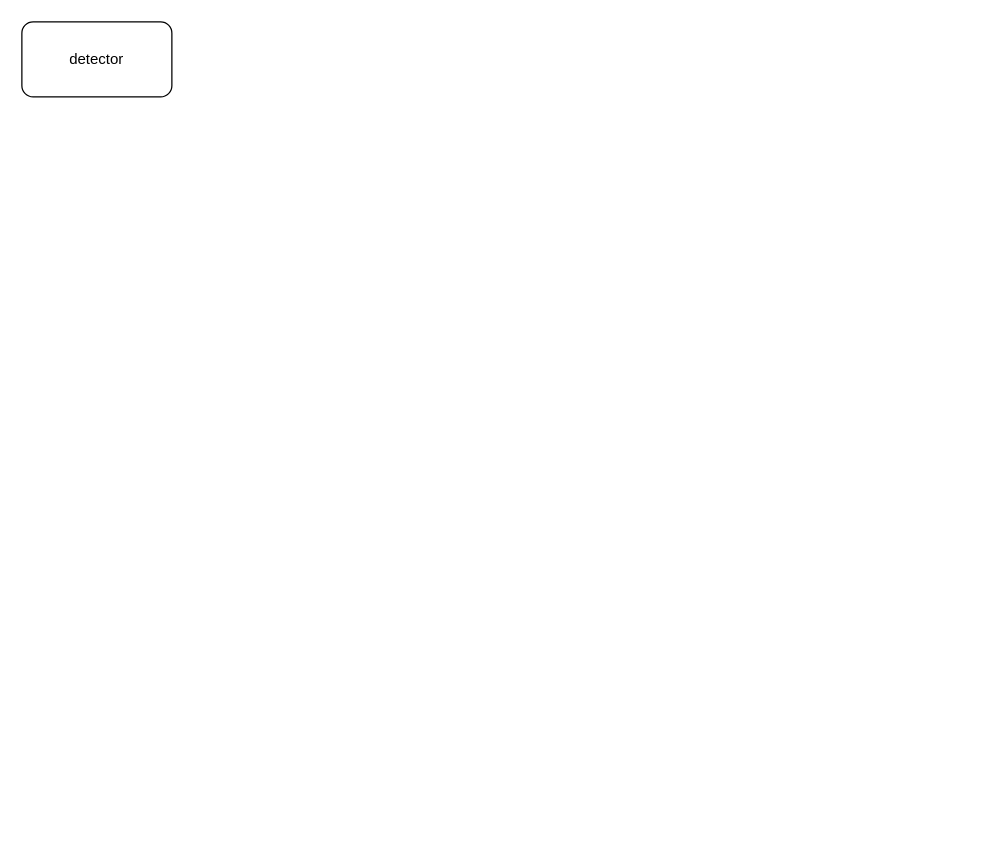
YueChuCheng/Wayside_draw keeps this draw.io diagram as object_detector.drawio. Above is the earlier version. Source tidied: cells renumbered, new cells numbered last; positions are measured from the earlier drawing's top-left corner, leaving out a move shared by most shapes. Both pictures are drawn from the tidied source at 125%, with x=0, y=0 at pixel (21, 21).
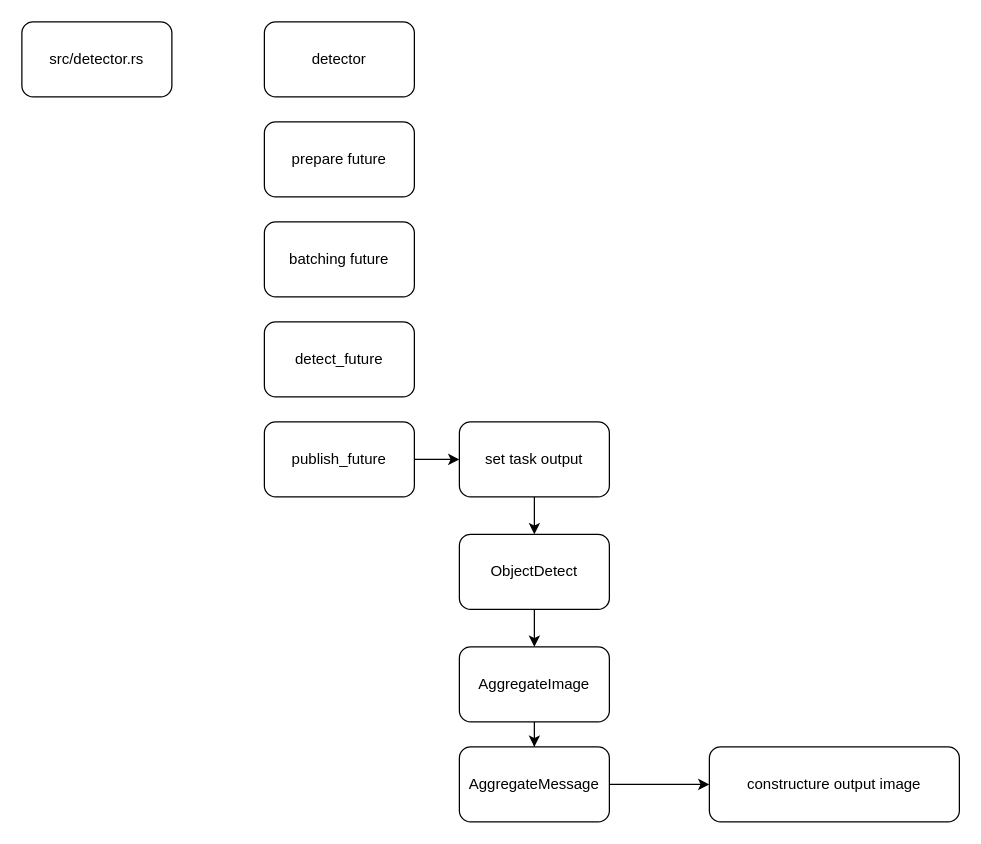
The same diagram, later.

The edit, as a diff of the source:
```diff
@@
 <mxGraphModel>
   <root>
     <mxCell id="0" />
     <mxCell id="1" parent="0" />
-    <mxCell id="2" value="detector" style="rounded=1;whiteSpace=wrap;html=1;" parent="1" vertex="1">
+    <mxCell id="2" value="src/detector.rs" style="rounded=1;whiteSpace=wrap;html=1;" parent="1" vertex="1">
       <mxGeometry width="120" height="60" as="geometry" />
     </mxCell>
+    <mxCell id="3" value="detector" style="rounded=1;whiteSpace=wrap;html=1;" parent="1" vertex="1">
+      <mxGeometry x="194" width="120" height="60" as="geometry" />
+    </mxCell>
+    <mxCell id="4" value="prepare future" style="rounded=1;whiteSpace=wrap;html=1;" parent="1" vertex="1">
+      <mxGeometry x="194" y="80" width="120" height="60" as="geometry" />
+    </mxCell>
+    <mxCell id="5" value="batching future" style="rounded=1;whiteSpace=wrap;html=1;" parent="1" vertex="1">
+      <mxGeometry x="194" y="160" width="120" height="60" as="geometry" />
+    </mxCell>
+    <mxCell id="6" value="detect_future" style="rounded=1;whiteSpace=wrap;html=1;" parent="1" vertex="1">
+      <mxGeometry x="194" y="240" width="120" height="60" as="geometry" />
+    </mxCell>
+    <mxCell id="7" style="edgeStyle=orthogonalEdgeStyle;rounded=0;jettySize=auto;html=1;" parent="1" edge="1" source="8" target="10">
+      <mxGeometry relative="1" as="geometry" />
+    </mxCell>
+    <mxCell id="8" value="publish_future" style="rounded=1;whiteSpace=wrap;html=1;" parent="1" vertex="1">
+      <mxGeometry x="194" y="320" width="120" height="60" as="geometry" />
+    </mxCell>
+    <mxCell id="9" style="edgeStyle=orthogonalEdgeStyle;rounded=0;jettySize=auto;html=1;" parent="1" edge="1" source="10" target="12">
+      <mxGeometry relative="1" as="geometry" />
+    </mxCell>
+    <mxCell id="10" value="set task output" style="rounded=1;whiteSpace=wrap;html=1;" parent="1" vertex="1">
+      <mxGeometry x="350" y="320" width="120" height="60" as="geometry" />
+    </mxCell>
+    <mxCell id="11" style="edgeStyle=orthogonalEdgeStyle;rounded=0;jettySize=auto;html=1;" parent="1" edge="1" source="12" target="14">
+      <mxGeometry relative="1" as="geometry" />
+    </mxCell>
+    <mxCell id="12" value="ObjectDetect" style="whiteSpace=wrap;html=1;rounded=1;" parent="1" vertex="1">
+      <mxGeometry x="350" y="410" width="120" height="60" as="geometry" />
+    </mxCell>
+    <mxCell id="13" style="edgeStyle=orthogonalEdgeStyle;rounded=0;jettySize=auto;html=1;" parent="1" edge="1" source="14" target="16">
+      <mxGeometry relative="1" as="geometry" />
+    </mxCell>
+    <mxCell id="14" value="AggregateImage" style="whiteSpace=wrap;html=1;rounded=1;" parent="1" vertex="1">
+      <mxGeometry x="350" y="500" width="120" height="60" as="geometry" />
+    </mxCell>
+    <mxCell id="15" style="edgeStyle=orthogonalEdgeStyle;rounded=0;jettySize=auto;html=1;" parent="1" edge="1" source="16" target="17">
+      <mxGeometry relative="1" as="geometry" />
+    </mxCell>
+    <mxCell id="16" value="AggregateMessage" style="whiteSpace=wrap;html=1;rounded=1;" parent="1" vertex="1">
+      <mxGeometry x="350" y="580" width="120" height="60" as="geometry" />
+    </mxCell>
+    <mxCell id="17" value="constructure output image" style="whiteSpace=wrap;html=1;rounded=1;" parent="1" vertex="1">
+      <mxGeometry x="550" y="580" width="200" height="60" as="geometry" />
+    </mxCell>
   </root>
 </mxGraphModel>
```
